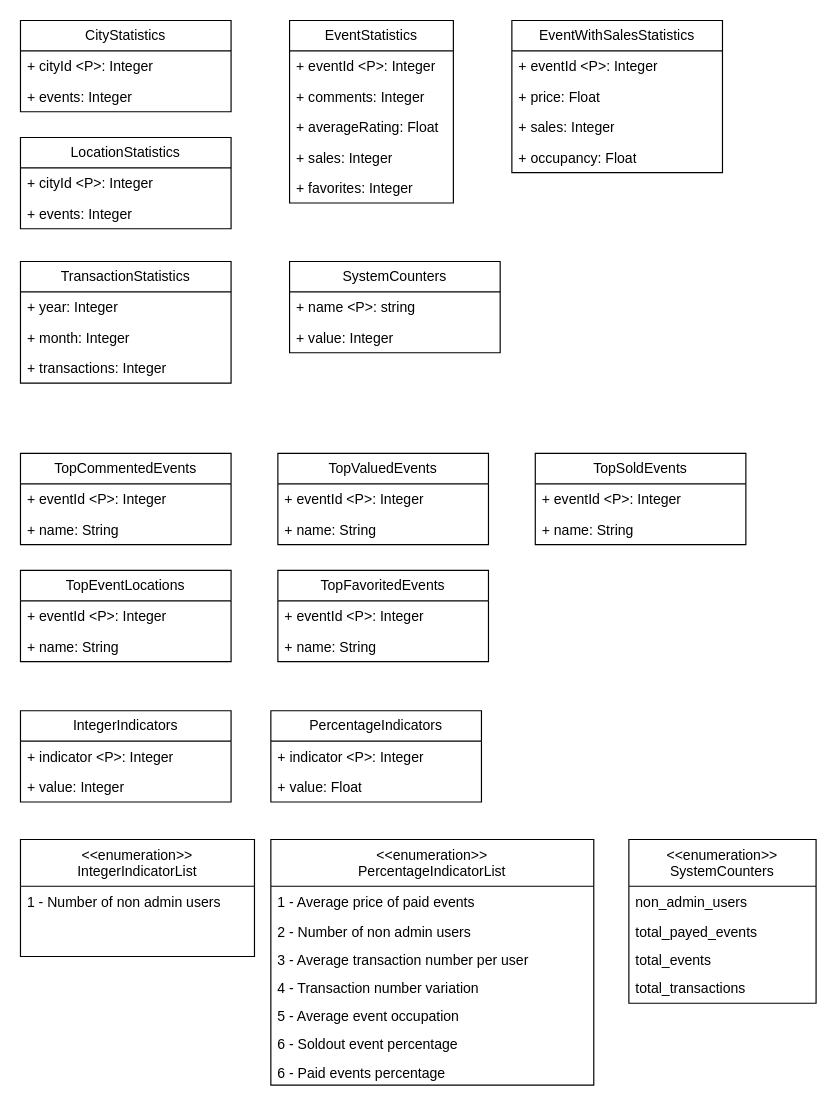
Before: diagrams/conceptual-diagram-statistics.drawio in danielpilot/event-database, a draw.io diagram. Source tidied: cells renumbered, new cells numbered last; positions are measured from the earlier drawing's top-left corner, leaving out a move shared by most shapes. Both pictures are drawn from the tidied source at 117%, with x=0, y=0 at pixel (20, 20).
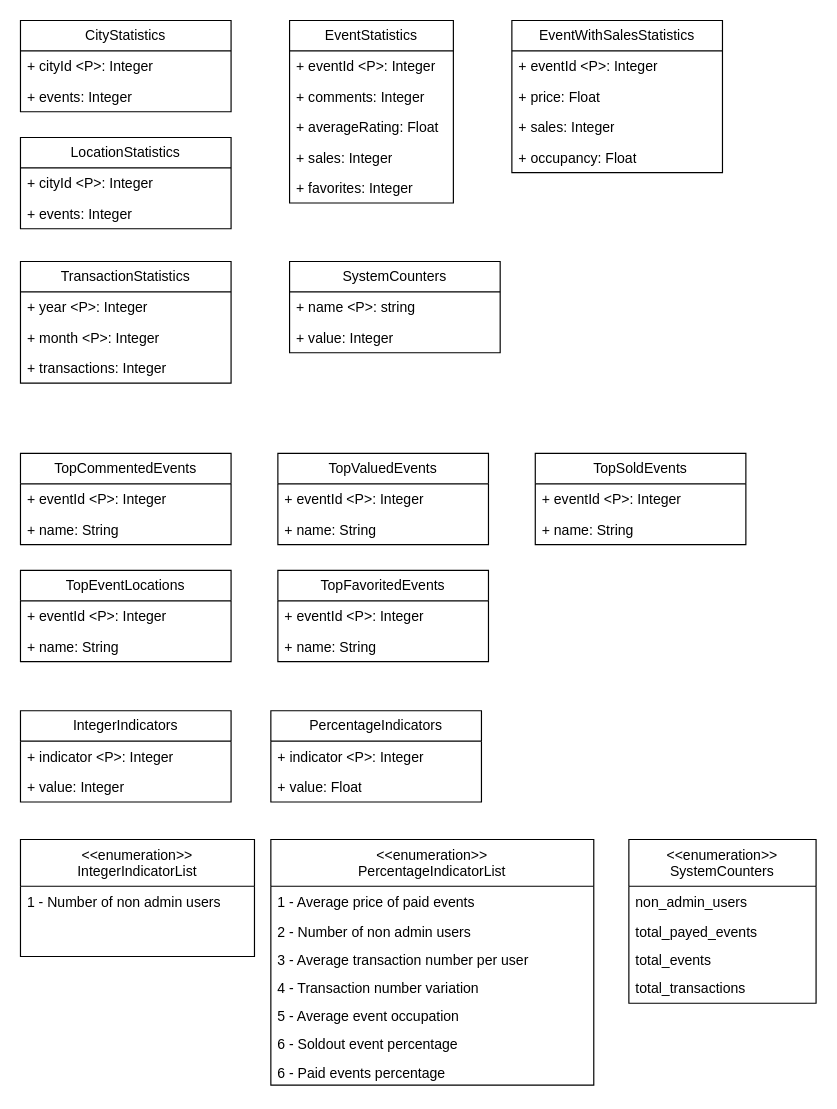
After the change.

Commit message:
Add double primary keys

Unchanged cells that the change refers to:
```xml
<mxCell id="19" value="TransactionStatistics" style="swimlane;fontStyle=0;horizontal=1;startSize=26;fillColor=none;whiteSpace=wrap;html=1;" parent="1" vertex="1">
  <mxGeometry y="206" width="180" height="104" as="geometry" />
</mxCell>
```

Diff of the diagram source:
```diff
@@
-    <mxCell id="20" value="+ year: Integer" style="text;strokeColor=none;fillColor=none;align=left;verticalAlign=top;spacingLeft=4;spacingRight=4;overflow=hidden;whiteSpace=wrap;html=1;" parent="19" vertex="1">
+    <mxCell id="20" value="+ year &amp;lt;P&amp;gt;: Integer" style="text;strokeColor=none;fillColor=none;align=left;verticalAlign=top;spacingLeft=4;spacingRight=4;overflow=hidden;whiteSpace=wrap;html=1;" parent="19" vertex="1">
       <mxGeometry y="26" width="180" height="26" as="geometry" />
     </mxCell>
-    <mxCell id="21" value="+ month: Integer" style="text;strokeColor=none;fillColor=none;align=left;verticalAlign=top;spacingLeft=4;spacingRight=4;overflow=hidden;whiteSpace=wrap;html=1;" parent="19" vertex="1">
+    <mxCell id="21" value="+ month &amp;lt;P&amp;gt;: Integer" style="text;strokeColor=none;fillColor=none;align=left;verticalAlign=top;spacingLeft=4;spacingRight=4;overflow=hidden;whiteSpace=wrap;html=1;" parent="19" vertex="1">
       <mxGeometry y="52" width="180" height="26" as="geometry" />
     </mxCell>
```
